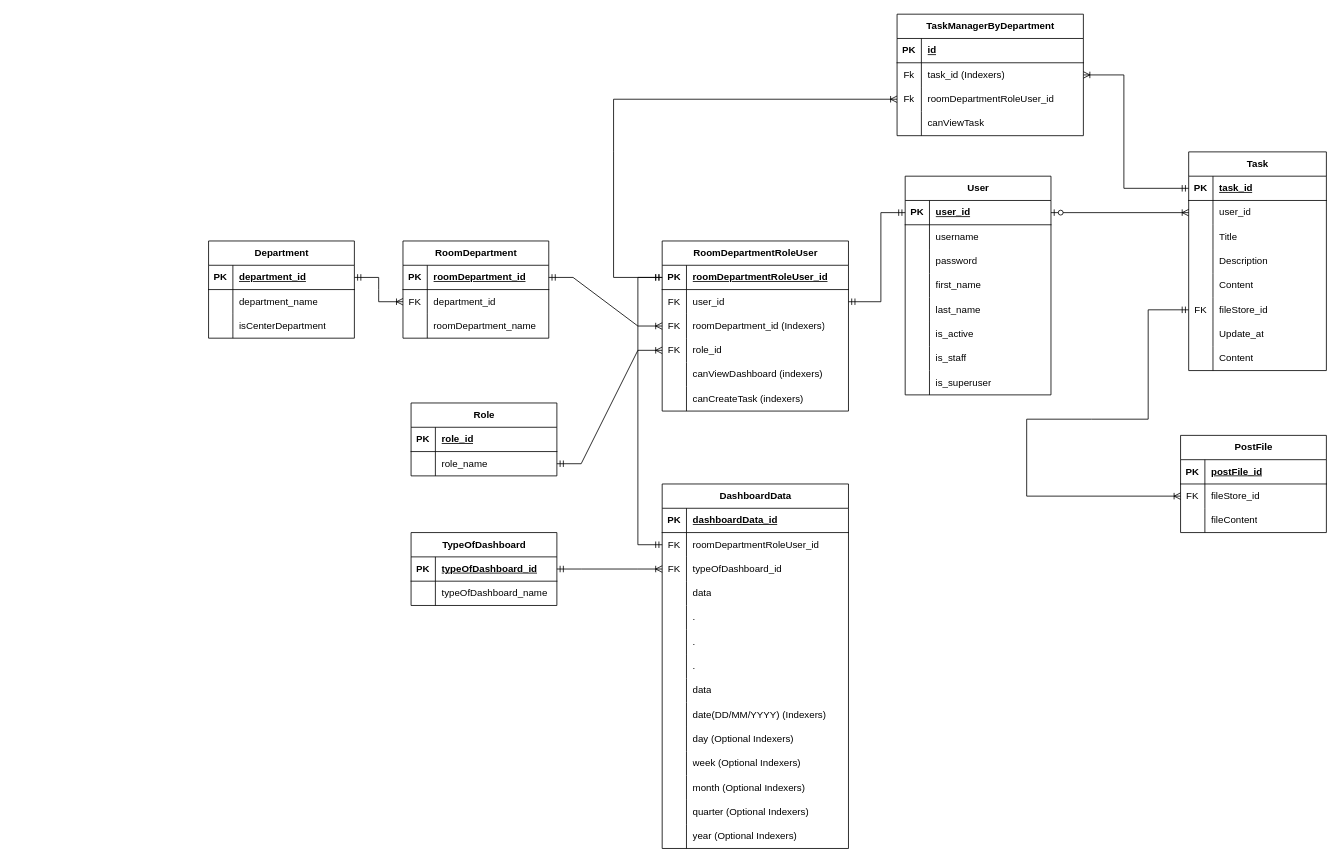
The draw.io diagram thiet_ke_db.drawio in toanhvt98/web_backend, before the edit. Source tidied: cells renumbered, new cells numbered last; positions are measured from the earlier drawing's top-left corner, leaving out a move shared by most shapes. Both pictures are drawn from the tidied source at 81%, with x=0, y=0 at pixel (208, 14).
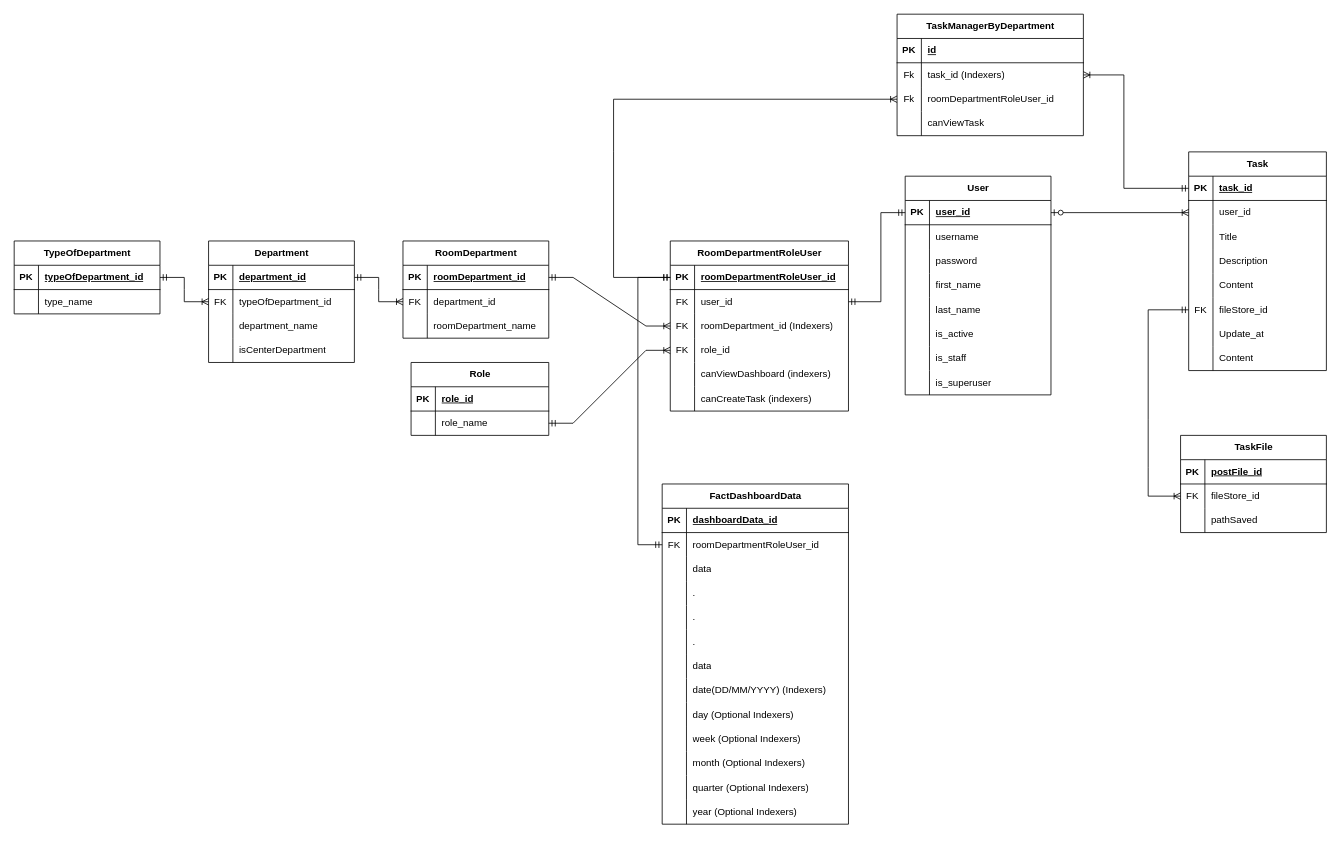
The same diagram, later.

The change refers to these unchanged cells:
```xml
<mxCell id="31" style="shape=tableRow;horizontal=0;startSize=0;swimlaneHead=0;swimlaneBody=0;fillColor=none;points=[[0,0.5],[1,0.5]];portConstraint=eastwest;top=0;left=0;right=0;bottom=0;" parent="27" vertex="1">
  <mxGeometry y="60" width="180" height="30" as="geometry" />
</mxCell>
<mxCell id="34" style="shape=tableRow;horizontal=0;startSize=0;swimlaneHead=0;swimlaneBody=0;fillColor=none;top=0;left=0;right=0;bottom=0;" parent="27" vertex="1">
  <mxGeometry y="90" width="180" height="30" as="geometry" />
</mxCell>
<mxCell id="80" style="shape=tableRow;horizontal=0;startSize=0;swimlaneHead=0;swimlaneBody=0;fillColor=none;points=[[0,0.5],[1,0.5]];portConstraint=eastwest;top=0;left=0;right=0;bottom=0;" parent="64" vertex="1">
  <mxGeometry y="180" width="170" height="30" as="geometry" />
</mxCell>
<mxCell id="110" style="shape=tableRow;horizontal=0;startSize=0;swimlaneHead=0;swimlaneBody=0;fillColor=none;points=[[0,0.5],[1,0.5]];portConstraint=eastwest;top=0;left=0;right=0;bottom=0;" parent="106" vertex="1">
  <mxGeometry y="60" width="180" height="30" as="geometry" />
</mxCell>
<mxCell id="113" style="shape=tableRow;horizontal=0;startSize=0;swimlaneHead=0;swimlaneBody=0;fillColor=none;top=0;left=0;right=0;bottom=0;" parent="106" vertex="1">
  <mxGeometry y="90" width="180" height="30" as="geometry" />
</mxCell>
```

The edit, as a diff of the source:
```diff
@@
     <mxCell id="27" value="Department" style="shape=table;startSize=30;childLayout=tableLayout;rowLines=0;fontStyle=1;align=center;html=1;" parent="1" vertex="1">
-      <mxGeometry y="280" width="180" height="120" as="geometry" />
+      <mxGeometry y="280" width="180" height="150" as="geometry" />
     </mxCell>
@@
-    <mxCell id="32" style="shape=partialRectangle;fillColor=none;top=0;left=0;bottom=0;right=0;overflow=hidden;whiteSpace=wrap;html=1;" parent="31" vertex="1">
+    <mxCell id="32" value="FK" style="shape=partialRectangle;fillColor=none;top=0;left=0;bottom=0;right=0;overflow=hidden;whiteSpace=wrap;html=1;" parent="31" vertex="1">
       <mxGeometry width="30" height="30" as="geometry" />
     </mxCell>
-    <mxCell id="33" value="department_name" style="shape=partialRectangle;fillColor=none;top=0;left=0;bottom=0;right=0;align=left;spacingLeft=6;overflow=hidden;whiteSpace=wrap;html=1;" parent="31" vertex="1">
+    <mxCell id="33" value="typeOfDepartment_id" style="shape=partialRectangle;fillColor=none;top=0;left=0;bottom=0;right=0;align=left;spacingLeft=6;overflow=hidden;whiteSpace=wrap;html=1;" parent="31" vertex="1">
       <mxGeometry x="30" width="150" height="30" as="geometry" />
     </mxCell>
@@
-    <mxCell id="36" value="isCenterDepartment" style="shape=partialRectangle;fillColor=none;top=0;left=0;bottom=0;right=0;align=left;spacingLeft=6;overflow=hidden;whiteSpace=wrap;html=1;" parent="34" vertex="1">
+    <mxCell id="36" value="department_name" style="shape=partialRectangle;fillColor=none;top=0;left=0;bottom=0;right=0;align=left;spacingLeft=6;overflow=hidden;whiteSpace=wrap;html=1;" parent="34" vertex="1">
       <mxGeometry x="30" width="150" height="30" as="geometry" />
     </mxCell>
+    <mxCell id="181" style="shape=tableRow;horizontal=0;startSize=0;swimlaneHead=0;swimlaneBody=0;fillColor=none;top=0;left=0;right=0;bottom=0;" parent="27" vertex="1">
+      <mxGeometry y="120" width="180" height="30" as="geometry" />
+    </mxCell>
+    <mxCell id="182" style="shape=partialRectangle;fillColor=none;top=0;left=0;bottom=0;right=0;overflow=hidden;whiteSpace=wrap;html=1;" parent="181" vertex="1">
+      <mxGeometry width="30" height="30" as="geometry" />
+    </mxCell>
+    <mxCell id="183" value="isCenterDepartment" style="shape=partialRectangle;fillColor=none;top=0;left=0;bottom=0;right=0;align=left;spacingLeft=6;overflow=hidden;whiteSpace=wrap;html=1;" parent="181" vertex="1">
+      <mxGeometry x="30" width="150" height="30" as="geometry" />
+    </mxCell>
     <mxCell id="37" value="Role" style="shape=table;startSize=30;childLayout=tableLayout;rowLines=0;fontStyle=1;align=center;html=1;" parent="1" vertex="1">
-      <mxGeometry x="250" y="480" width="180" height="90" as="geometry" />
+      <mxGeometry x="250" y="430" width="170" height="90" as="geometry" />
     </mxCell>
     <mxCell id="38" style="shape=tableRow;horizontal=0;startSize=0;swimlaneHead=0;swimlaneBody=0;fillColor=none;top=0;left=0;right=0;bottom=1;" parent="37" vertex="1">
-      <mxGeometry y="30" width="180" height="30" as="geometry" />
+      <mxGeometry y="30" width="170" height="30" as="geometry" />
     </mxCell>
@@
     <mxCell id="40" value="role_id" style="shape=partialRectangle;fillColor=none;top=0;left=0;bottom=0;right=0;align=left;spacingLeft=6;fontStyle=5;overflow=hidden;whiteSpace=wrap;html=1;" parent="38" vertex="1">
-      <mxGeometry x="30" width="150" height="30" as="geometry" />
+      <mxGeometry x="30" width="140" height="30" as="geometry" />
     </mxCell>
     <mxCell id="41" style="shape=tableRow;horizontal=0;startSize=0;swimlaneHead=0;swimlaneBody=0;fillColor=none;points=[[0,0.5],[1,0.5]];portConstraint=eastwest;top=0;left=0;right=0;bottom=0;" parent="37" vertex="1">
-      <mxGeometry y="60" width="180" height="30" as="geometry" />
+      <mxGeometry y="60" width="170" height="30" as="geometry" />
     </mxCell>
@@
     <mxCell id="43" value="role_name" style="shape=partialRectangle;fillColor=none;top=0;left=0;bottom=0;right=0;align=left;spacingLeft=6;overflow=hidden;whiteSpace=wrap;html=1;" parent="41" vertex="1">
-      <mxGeometry x="30" width="150" height="30" as="geometry" />
+      <mxGeometry x="30" width="140" height="30" as="geometry" />
     </mxCell>
     <mxCell id="44" value="RoomDepartmentRoleUser" style="shape=table;startSize=30;childLayout=tableLayout;rowLines=0;fontStyle=1;align=center;html=1;" parent="1" vertex="1">
-      <mxGeometry x="560" y="280" width="230" height="210" as="geometry" />
+      <mxGeometry x="570" y="280" width="220" height="210" as="geometry" />
     </mxCell>
     <mxCell id="45" style="shape=tableRow;horizontal=0;startSize=0;swimlaneHead=0;swimlaneBody=0;fillColor=none;points=[[0,0.5],[1,0.5]];portConstraint=eastwest;top=0;left=0;right=0;bottom=1;" parent="44" vertex="1">
-      <mxGeometry y="30" width="230" height="30" as="geometry" />
+      <mxGeometry y="30" width="220" height="30" as="geometry" />
     </mxCell>
@@
     <mxCell id="47" value="roomDepartmentRoleUser_id" style="shape=partialRectangle;fillColor=none;top=0;left=0;bottom=0;right=0;align=left;spacingLeft=6;fontStyle=5;overflow=hidden;whiteSpace=wrap;html=1;" parent="45" vertex="1">
-      <mxGeometry x="30" width="200" height="30" as="geometry" />
+      <mxGeometry x="30" width="190" height="30" as="geometry" />
     </mxCell>
     <mxCell id="48" style="shape=tableRow;horizontal=0;startSize=0;swimlaneHead=0;swimlaneBody=0;fillColor=none;points=[[0,0.5],[1,0.5]];portConstraint=eastwest;top=0;left=0;right=0;bottom=0;" parent="44" vertex="1">
-      <mxGeometry y="60" width="230" height="30" as="geometry" />
+      <mxGeometry y="60" width="220" height="30" as="geometry" />
     </mxCell>
@@
     <mxCell id="50" value="user_id" style="shape=partialRectangle;fillColor=none;top=0;left=0;bottom=0;right=0;align=left;spacingLeft=6;overflow=hidden;whiteSpace=wrap;html=1;" parent="48" vertex="1">
-      <mxGeometry x="30" width="200" height="30" as="geometry" />
+      <mxGeometry x="30" width="190" height="30" as="geometry" />
     </mxCell>
     <mxCell id="51" style="shape=tableRow;horizontal=0;startSize=0;swimlaneHead=0;swimlaneBody=0;fillColor=none;points=[[0,0.5],[1,0.5]];portConstraint=eastwest;top=0;left=0;right=0;bottom=0;" parent="44" vertex="1">
-      <mxGeometry y="90" width="230" height="30" as="geometry" />
+      <mxGeometry y="90" width="220" height="30" as="geometry" />
     </mxCell>
@@
     <mxCell id="53" value="roomDepartment_id (Indexers)" style="shape=partialRectangle;fillColor=none;top=0;left=0;bottom=0;right=0;align=left;spacingLeft=6;overflow=hidden;whiteSpace=wrap;html=1;" parent="51" vertex="1">
-      <mxGeometry x="30" width="200" height="30" as="geometry" />
+      <mxGeometry x="30" width="190" height="30" as="geometry" />
     </mxCell>
     <mxCell id="54" style="shape=tableRow;horizontal=0;startSize=0;swimlaneHead=0;swimlaneBody=0;fillColor=none;points=[[0,0.5],[1,0.5]];portConstraint=eastwest;top=0;left=0;right=0;bottom=0;" parent="44" vertex="1">
-      <mxGeometry y="120" width="230" height="30" as="geometry" />
+      <mxGeometry y="120" width="220" height="30" as="geometry" />
     </mxCell>
@@
     <mxCell id="56" value="role_id" style="shape=partialRectangle;fillColor=none;top=0;left=0;bottom=0;right=0;align=left;spacingLeft=6;overflow=hidden;whiteSpace=wrap;html=1;" parent="54" vertex="1">
-      <mxGeometry x="30" width="200" height="30" as="geometry" />
+      <mxGeometry x="30" width="190" height="30" as="geometry" />
     </mxCell>
     <mxCell id="57" style="shape=tableRow;horizontal=0;startSize=0;swimlaneHead=0;swimlaneBody=0;fillColor=none;top=0;left=0;right=0;bottom=0;" parent="44" vertex="1">
-      <mxGeometry y="150" width="230" height="30" as="geometry" />
+      <mxGeometry y="150" width="220" height="30" as="geometry" />
     </mxCell>
@@
     <mxCell id="59" value="canViewDashboard (indexers)" style="shape=partialRectangle;fillColor=none;top=0;left=0;bottom=0;right=0;align=left;spacingLeft=6;overflow=hidden;whiteSpace=wrap;html=1;" parent="57" vertex="1">
-      <mxGeometry x="30" width="200" height="30" as="geometry" />
+      <mxGeometry x="30" width="190" height="30" as="geometry" />
     </mxCell>
     <mxCell id="60" style="shape=tableRow;horizontal=0;startSize=0;swimlaneHead=0;swimlaneBody=0;fillColor=none;top=0;left=0;right=0;bottom=0;" parent="44" vertex="1">
-      <mxGeometry y="180" width="230" height="30" as="geometry" />
+      <mxGeometry y="180" width="220" height="30" as="geometry" />
     </mxCell>
@@
     <mxCell id="62" value="canCreateTask (indexers)" style="shape=partialRectangle;fillColor=none;top=0;left=0;bottom=0;right=0;align=left;spacingLeft=6;overflow=hidden;whiteSpace=wrap;html=1;" parent="60" vertex="1">
-      <mxGeometry x="30" width="200" height="30" as="geometry" />
+      <mxGeometry x="30" width="190" height="30" as="geometry" />
     </mxCell>
@@
-    <mxCell id="106" value="PostFile" style="shape=table;startSize=30;childLayout=tableLayout;rowLines=0;fontStyle=1;align=center;html=1;" parent="1" vertex="1">
+    <mxCell id="106" value="TaskFile" style="shape=table;startSize=30;childLayout=tableLayout;rowLines=0;fontStyle=1;align=center;html=1;" parent="1" vertex="1">
       <mxGeometry x="1200" y="520" width="180" height="120" as="geometry" />
     </mxCell>
@@
-    <mxCell id="114" style="shape=partialRectangle;fillColor=none;top=0;left=0;bottom=0;right=0;overflow=hidden;whiteSpace=wrap;html=1;" parent="113" vertex="1">
-      <mxGeometry width="30" height="30" as="geometry" />
-    </mxCell>
-    <mxCell id="115" value="fileContent" style="shape=partialRectangle;fillColor=none;top=0;left=0;bottom=0;right=0;align=left;spacingLeft=6;overflow=hidden;whiteSpace=wrap;html=1;" parent="113" vertex="1">
-      <mxGeometry x="30" width="150" height="30" as="geometry" />
-    </mxCell>
+    <mxCell id="184" style="shape=partialRectangle;fillColor=none;top=0;left=0;bottom=0;right=0;overflow=hidden;whiteSpace=wrap;html=1;" parent="113" vertex="1">
+      <mxGeometry width="30" height="30" as="geometry" />
+    </mxCell>
+    <mxCell id="185" value="pathSaved" style="shape=partialRectangle;fillColor=none;top=0;left=0;bottom=0;right=0;align=left;spacingLeft=6;overflow=hidden;whiteSpace=wrap;html=1;" parent="113" vertex="1">
+      <mxGeometry x="30" width="150" height="30" as="geometry" />
+    </mxCell>
     <mxCell id="116" style="fontSize=12;html=1;endArrow=ERoneToMany;startArrow=ERmandOne;rounded=0;exitX=0;exitY=0.5;exitDx=0;exitDy=0;entryX=0;entryY=0.5;entryDx=0;entryDy=0;" parent="1" edge="1" source="80" target="110">
       <mxGeometry relative="1" as="geometry">
         <Array as="points">
           <mxPoint x="1160" y="365" />
           <mxPoint x="1160" y="500" />
-          <mxPoint x="1090" y="500" />
-          <mxPoint x="1010" y="500" />
-          <mxPoint x="1010" y="595" />
+          <mxPoint x="1160" y="560" />
+          <mxPoint x="1160" y="595" />
         </Array>
       </mxGeometry>
     </mxCell>
@@
-    <mxCell id="129" value="TypeOfDashboard" style="shape=table;startSize=30;childLayout=tableLayout;rowLines=0;fontStyle=1;align=center;html=1;" parent="1" vertex="1">
-      <mxGeometry x="250" y="640" width="180" height="90" as="geometry" />
-    </mxCell>
-    <mxCell id="130" style="shape=tableRow;horizontal=0;startSize=0;swimlaneHead=0;swimlaneBody=0;fillColor=none;points=[[0,0.5],[1,0.5]];portConstraint=eastwest;top=0;left=0;right=0;bottom=1;" parent="129" vertex="1">
-      <mxGeometry y="30" width="180" height="30" as="geometry" />
-    </mxCell>
-    <mxCell id="131" value="PK" style="shape=partialRectangle;fillColor=none;top=0;left=0;bottom=0;right=0;fontStyle=1;overflow=hidden;whiteSpace=wrap;html=1;" parent="130" vertex="1">
-      <mxGeometry width="30" height="30" as="geometry" />
-    </mxCell>
-    <mxCell id="132" value="typeOfDashboard_id" style="shape=partialRectangle;fillColor=none;top=0;left=0;bottom=0;right=0;align=left;spacingLeft=6;fontStyle=5;overflow=hidden;whiteSpace=wrap;html=1;" parent="130" vertex="1">
-      <mxGeometry x="30" width="150" height="30" as="geometry" />
-    </mxCell>
-    <mxCell id="133" style="shape=tableRow;horizontal=0;startSize=0;swimlaneHead=0;swimlaneBody=0;fillColor=none;top=0;left=0;right=0;bottom=0;" parent="129" vertex="1">
-      <mxGeometry y="60" width="180" height="30" as="geometry" />
-    </mxCell>
-    <mxCell id="134" style="shape=partialRectangle;fillColor=none;top=0;left=0;bottom=0;right=0;overflow=hidden;whiteSpace=wrap;html=1;" parent="133" vertex="1">
-      <mxGeometry width="30" height="30" as="geometry" />
-    </mxCell>
-    <mxCell id="135" value="typeOfDashboard_name" style="shape=partialRectangle;fillColor=none;top=0;left=0;bottom=0;right=0;align=left;spacingLeft=6;overflow=hidden;whiteSpace=wrap;html=1;" parent="133" vertex="1">
-      <mxGeometry x="30" width="150" height="30" as="geometry" />
-    </mxCell>
-    <mxCell id="136" value="DashboardData" style="shape=table;startSize=30;childLayout=tableLayout;rowLines=0;fontStyle=1;align=center;html=1;" parent="1" vertex="1">
-      <mxGeometry x="560" y="580" width="230" height="450" as="geometry" />
+    <mxCell id="136" value="FactDashboardData" style="shape=table;startSize=30;childLayout=tableLayout;rowLines=0;fontStyle=1;align=center;html=1;" parent="1" vertex="1">
+      <mxGeometry x="560" y="580" width="230" height="420" as="geometry" />
     </mxCell>
@@
-    <mxCell id="143" style="shape=tableRow;horizontal=0;startSize=0;swimlaneHead=0;swimlaneBody=0;fillColor=none;points=[[0,0.5],[1,0.5]];portConstraint=eastwest;top=0;left=0;right=0;bottom=0;" parent="136" vertex="1">
-      <mxGeometry y="90" width="230" height="30" as="geometry" />
-    </mxCell>
-    <mxCell id="144" value="FK" style="shape=partialRectangle;fillColor=none;top=0;left=0;bottom=0;right=0;overflow=hidden;whiteSpace=wrap;html=1;" parent="143" vertex="1">
-      <mxGeometry width="30" height="30" as="geometry" />
-    </mxCell>
-    <mxCell id="145" value="typeOfDashboard_id" style="shape=partialRectangle;fillColor=none;top=0;left=0;bottom=0;right=0;align=left;spacingLeft=6;overflow=hidden;whiteSpace=wrap;html=1;" parent="143" vertex="1">
-      <mxGeometry x="30" width="200" height="30" as="geometry" />
-    </mxCell>
     <mxCell id="146" style="shape=tableRow;horizontal=0;startSize=0;swimlaneHead=0;swimlaneBody=0;fillColor=none;top=0;left=0;right=0;bottom=0;" parent="136" vertex="1">
-      <mxGeometry y="120" width="230" height="30" as="geometry" />
+      <mxGeometry y="90" width="230" height="30" as="geometry" />
     </mxCell>
@@
     <mxCell id="149" style="shape=tableRow;horizontal=0;startSize=0;swimlaneHead=0;swimlaneBody=0;fillColor=none;top=0;left=0;right=0;bottom=0;" parent="136" vertex="1">
-      <mxGeometry y="150" width="230" height="30" as="geometry" />
+      <mxGeometry y="120" width="230" height="30" as="geometry" />
     </mxCell>
@@
     <mxCell id="152" style="shape=tableRow;horizontal=0;startSize=0;swimlaneHead=0;swimlaneBody=0;fillColor=none;top=0;left=0;right=0;bottom=0;" parent="136" vertex="1">
-      <mxGeometry y="180" width="230" height="30" as="geometry" />
+      <mxGeometry y="150" width="230" height="30" as="geometry" />
     </mxCell>
@@
     <mxCell id="155" style="shape=tableRow;horizontal=0;startSize=0;swimlaneHead=0;swimlaneBody=0;fillColor=none;top=0;left=0;right=0;bottom=0;" parent="136" vertex="1">
-      <mxGeometry y="210" width="230" height="30" as="geometry" />
+      <mxGeometry y="180" width="230" height="30" as="geometry" />
     </mxCell>
@@
     <mxCell id="158" style="shape=tableRow;horizontal=0;startSize=0;swimlaneHead=0;swimlaneBody=0;fillColor=none;top=0;left=0;right=0;bottom=0;" parent="136" vertex="1">
-      <mxGeometry y="240" width="230" height="30" as="geometry" />
+      <mxGeometry y="210" width="230" height="30" as="geometry" />
     </mxCell>
@@
     <mxCell id="161" style="shape=tableRow;horizontal=0;startSize=0;swimlaneHead=0;swimlaneBody=0;fillColor=none;top=0;left=0;right=0;bottom=0;" parent="136" vertex="1">
-      <mxGeometry y="270" width="230" height="30" as="geometry" />
+      <mxGeometry y="240" width="230" height="30" as="geometry" />
     </mxCell>
@@
     <mxCell id="164" style="shape=tableRow;horizontal=0;startSize=0;swimlaneHead=0;swimlaneBody=0;fillColor=none;top=0;left=0;right=0;bottom=0;" parent="136" vertex="1">
-      <mxGeometry y="300" width="230" height="30" as="geometry" />
+      <mxGeometry y="270" width="230" height="30" as="geometry" />
     </mxCell>
@@
     <mxCell id="167" style="shape=tableRow;horizontal=0;startSize=0;swimlaneHead=0;swimlaneBody=0;fillColor=none;top=0;left=0;right=0;bottom=0;" parent="136" vertex="1">
-      <mxGeometry y="330" width="230" height="30" as="geometry" />
+      <mxGeometry y="300" width="230" height="30" as="geometry" />
     </mxCell>
@@
     <mxCell id="170" style="shape=tableRow;horizontal=0;startSize=0;swimlaneHead=0;swimlaneBody=0;fillColor=none;top=0;left=0;right=0;bottom=0;" parent="136" vertex="1">
-      <mxGeometry y="360" width="230" height="30" as="geometry" />
+      <mxGeometry y="330" width="230" height="30" as="geometry" />
     </mxCell>
@@
     <mxCell id="173" style="shape=tableRow;horizontal=0;startSize=0;swimlaneHead=0;swimlaneBody=0;fillColor=none;top=0;left=0;right=0;bottom=0;" parent="136" vertex="1">
-      <mxGeometry y="390" width="230" height="30" as="geometry" />
+      <mxGeometry y="360" width="230" height="30" as="geometry" />
     </mxCell>
@@
     <mxCell id="176" style="shape=tableRow;horizontal=0;startSize=0;swimlaneHead=0;swimlaneBody=0;fillColor=none;top=0;left=0;right=0;bottom=0;" parent="136" vertex="1">
-      <mxGeometry y="420" width="230" height="30" as="geometry" />
+      <mxGeometry y="390" width="230" height="30" as="geometry" />
     </mxCell>
@@
-    <mxCell id="179" style="edgeStyle=entityRelationEdgeStyle;fontSize=12;html=1;endArrow=ERoneToMany;startArrow=ERmandOne;rounded=0;exitX=1;exitY=0.5;exitDx=0;exitDy=0;entryX=0;entryY=0.5;entryDx=0;entryDy=0;" parent="1" edge="1" source="130" target="143">
-      <mxGeometry relative="1" as="geometry" />
-    </mxCell>
@@
+    <mxCell id="186" value="TypeOfDepartment" style="shape=table;startSize=30;childLayout=tableLayout;rowLines=0;fontStyle=1;align=center;html=1;" parent="1" vertex="1">
+      <mxGeometry x="-240" y="280" width="180" height="90" as="geometry" />
+    </mxCell>
+    <mxCell id="130" style="shape=tableRow;horizontal=0;startSize=0;swimlaneHead=0;swimlaneBody=0;fillColor=none;points=[[0,0.5],[1,0.5]];portConstraint=eastwest;top=0;left=0;right=0;bottom=1;" parent="186" vertex="1">
+      <mxGeometry y="30" width="180" height="30" as="geometry" />
+    </mxCell>
+    <mxCell id="131" value="PK" style="shape=partialRectangle;fillColor=none;top=0;left=0;bottom=0;right=0;fontStyle=1;overflow=hidden;whiteSpace=wrap;html=1;" parent="130" vertex="1">
+      <mxGeometry width="30" height="30" as="geometry" />
+    </mxCell>
+    <mxCell id="187" value="typeOfDepartment_id" style="shape=partialRectangle;fillColor=none;top=0;left=0;bottom=0;right=0;align=left;spacingLeft=6;fontStyle=5;overflow=hidden;whiteSpace=wrap;html=1;" parent="130" vertex="1">
+      <mxGeometry x="30" width="150" height="30" as="geometry" />
+    </mxCell>
+    <mxCell id="133" style="shape=tableRow;horizontal=0;startSize=0;swimlaneHead=0;swimlaneBody=0;fillColor=none;top=0;left=0;right=0;bottom=0;" parent="186" vertex="1">
+      <mxGeometry y="60" width="180" height="30" as="geometry" />
+    </mxCell>
+    <mxCell id="188" style="shape=partialRectangle;fillColor=none;top=0;left=0;bottom=0;right=0;overflow=hidden;whiteSpace=wrap;html=1;" parent="133" vertex="1">
+      <mxGeometry width="30" height="30" as="geometry" />
+    </mxCell>
+    <mxCell id="189" value="type_name" style="shape=partialRectangle;fillColor=none;top=0;left=0;bottom=0;right=0;align=left;spacingLeft=6;overflow=hidden;whiteSpace=wrap;html=1;" parent="133" vertex="1">
+      <mxGeometry x="30" width="150" height="30" as="geometry" />
+    </mxCell>
+    <mxCell id="190" style="edgeStyle=entityRelationEdgeStyle;fontSize=12;html=1;endArrow=ERoneToMany;startArrow=ERmandOne;rounded=0;exitX=1;exitY=0.5;exitDx=0;exitDy=0;entryX=0;entryY=0.5;entryDx=0;entryDy=0;" parent="1" edge="1" source="130" target="31">
+      <mxGeometry relative="1" as="geometry" />
+    </mxCell>
```
